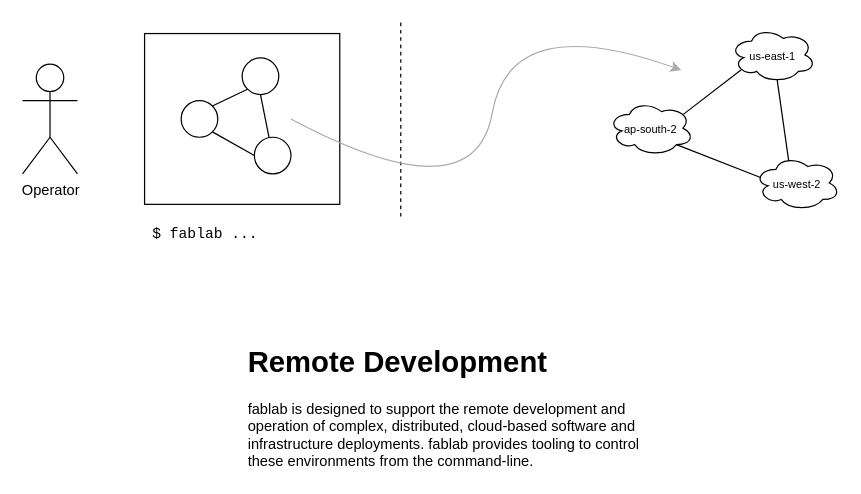
The draw.io diagram docs/drawio/concepts/01-remote-development.drawio in openziti/fablab, before the edit. Source tidied: cells renumbered, new cells numbered last; positions are measured from the earlier drawing's top-left corner, leaving out a move shared by most shapes. Both pictures are drawn from the tidied source at 122%, with x=0, y=0 at pixel (22, 9).
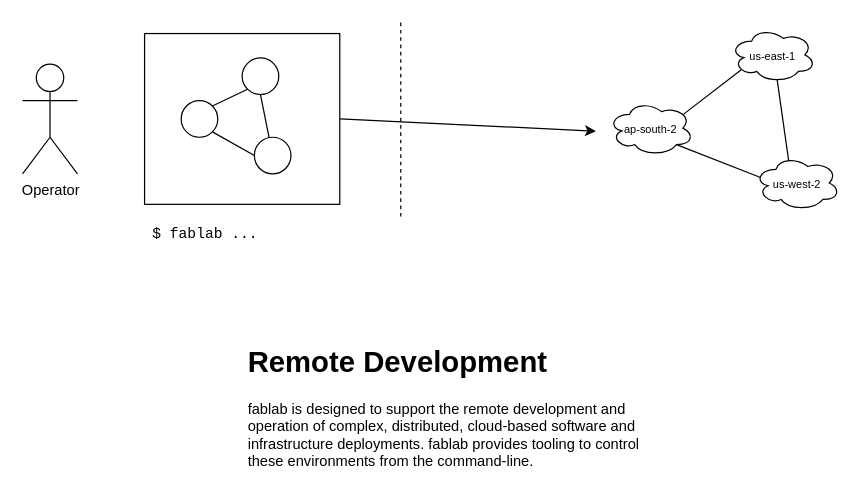
After the change.

The change refers to these unchanged cells:
```xml
<mxCell id="3" style="rounded=0;whiteSpace=wrap;html=1;fillColor=none;" parent="1" vertex="1">
  <mxGeometry x="100" y="20" width="160" height="140" as="geometry" />
</mxCell>
```

The edit, as a diff of the source:
```diff
@@
-    <mxCell id="16" style="curved=1;endArrow=classic;html=1;strokeColor=#ABABAB;" parent="1" edge="1">
-      <mxGeometry relative="1" as="geometry">
-        <mxPoint x="220" y="90" as="sourcePoint" />
-        <mxPoint x="540" y="50" as="targetPoint" />
-        <Array as="points">
-          <mxPoint x="370" y="170" />
-          <mxPoint x="400" />
-        </Array>
-      </mxGeometry>
-    </mxCell>
@@
+    <mxCell id="20" style="endArrow=classic;html=1;exitX=1;exitY=0.5;exitDx=0;exitDy=0;" parent="1" edge="1" source="3">
+      <mxGeometry relative="1" as="geometry">
+        <mxPoint x="470" y="100" as="targetPoint" />
+      </mxGeometry>
+    </mxCell>
```
